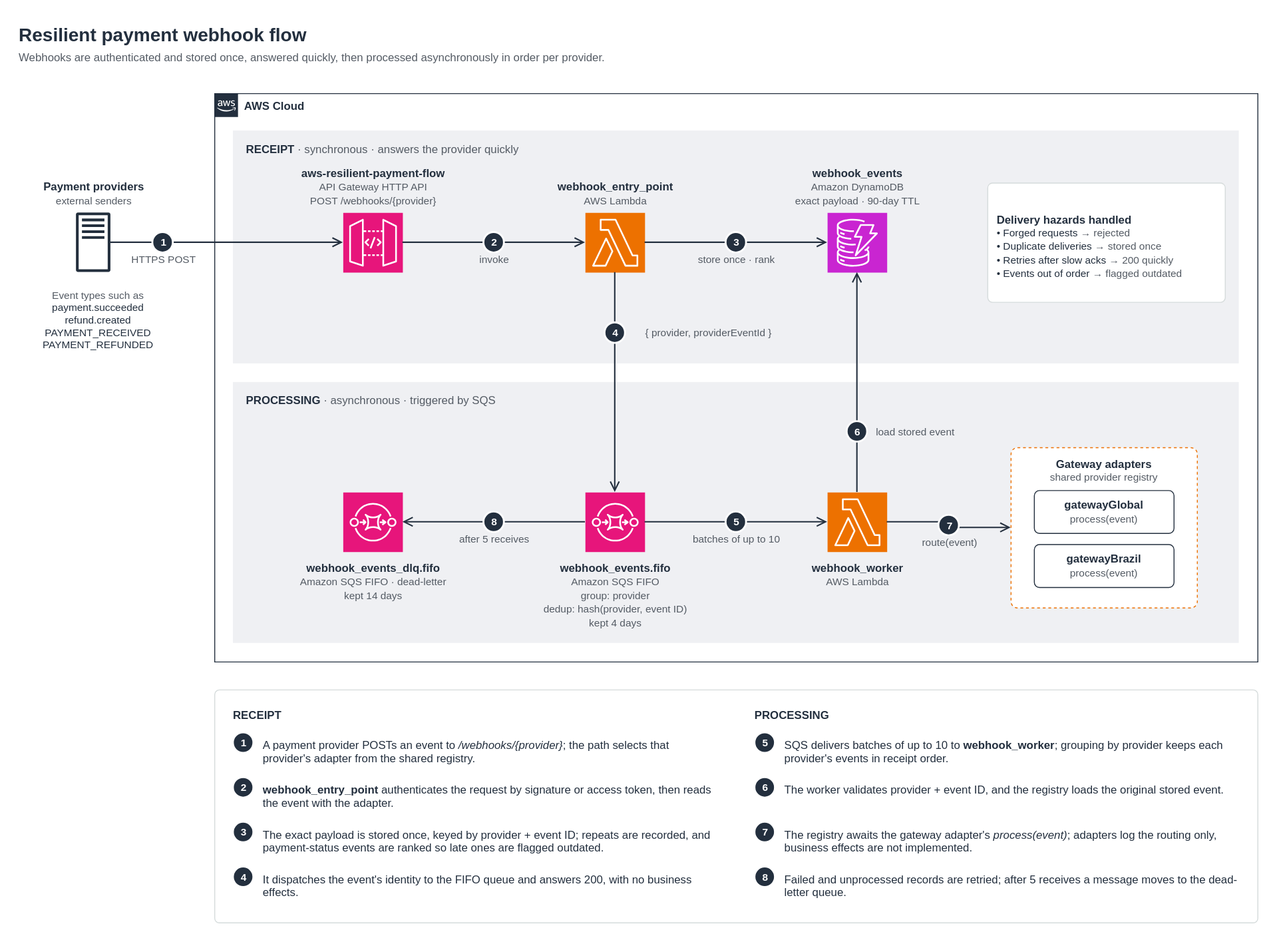
gabrielroriz/aws-resilient-payment-flow keeps this draw.io diagram as docs/architecture/images/architecture.drawio.svg. Above is the earlier version. Source tidied: cells renumbered, new cells last; positions are measured from the earlier drawing's top-left corner, leaving out a move shared by most shapes.
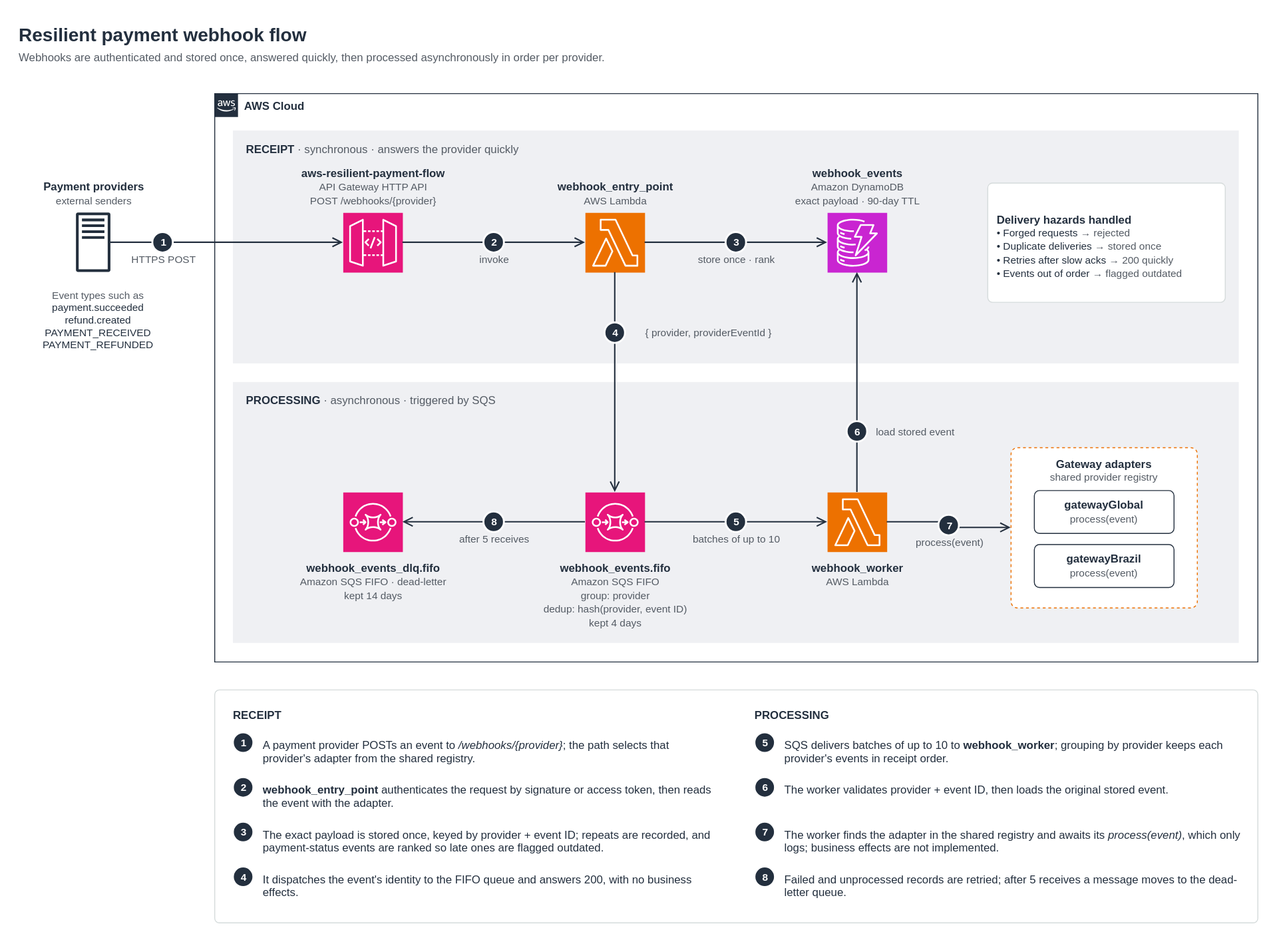
Above is the later version.

The edit, as a diff of the source:
```diff
@@ -83,7 +83,7 @@
         <mxPoint x="-11" y="-11" as="offset" />
       </mxGeometry>
     </mxCell>
-    <mxCell id="25" value="route(event)" style="edgeStyle=orthogonalEdgeStyle;rounded=0;html=1;endArrow=open;endSize=8;strokeWidth=1.5;strokeColor=#232F3E;fontColor=#545B64;fontSize=11;labelBackgroundColor=none;exitX=1;exitY=0.5;exitDx=0;exitDy=0;entryX=0;entryY=0.5;entryDx=0;entryDy=0;" parent="16" edge="1" source="19" target="20">
+    <mxCell id="25" value="process(event)" style="edgeStyle=orthogonalEdgeStyle;rounded=0;html=1;endArrow=open;endSize=8;strokeWidth=1.5;strokeColor=#232F3E;fontColor=#545B64;fontSize=11;labelBackgroundColor=none;exitX=1;exitY=0.5;exitDx=0;exitDy=0;entryX=0;entryY=0.5;entryDx=0;entryDy=0;" parent="16" edge="1" source="19" target="20">
       <mxGeometry relative="1" as="geometry">
         <mxPoint y="18" as="offset" />
       </mxGeometry>
@@ -165,13 +165,13 @@
     <mxCell id="46" value="6" style="ellipse;html=1;fillColor=#232F3E;strokeColor=#FFFFFF;strokeWidth=2;fontColor=#FFFFFF;fontStyle=1;fontSize=11;align=center;verticalAlign=middle;spacing=0;" parent="33" vertex="1">
       <mxGeometry x="580" y="94" width="22" height="22" as="geometry" />
     </mxCell>
-    <mxCell id="47" value="The worker validates provider + event ID, and the registry loads the original stored event." style="text;html=1;whiteSpace=wrap;align=left;verticalAlign=top;fontSize=12;fontColor=#232F3E;spacing=0;" parent="33" vertex="1">
+    <mxCell id="47" value="The worker validates provider + event ID, then loads the original stored event." style="text;html=1;whiteSpace=wrap;align=left;verticalAlign=top;fontSize=12;fontColor=#232F3E;spacing=0;" parent="33" vertex="1">
       <mxGeometry x="612" y="96" width="488" height="44" as="geometry" />
     </mxCell>
     <mxCell id="48" value="7" style="ellipse;html=1;fillColor=#232F3E;strokeColor=#FFFFFF;strokeWidth=2;fontColor=#FFFFFF;fontStyle=1;fontSize=11;align=center;verticalAlign=middle;spacing=0;" parent="33" vertex="1">
       <mxGeometry x="580" y="142" width="22" height="22" as="geometry" />
     </mxCell>
-    <mxCell id="49" value="The registry awaits the gateway adapter's &lt;i&gt;process(event)&lt;/i&gt;; adapters log the routing only, business effects are not implemented." style="text;html=1;whiteSpace=wrap;align=left;verticalAlign=top;fontSize=12;fontColor=#232F3E;spacing=0;" parent="33" vertex="1">
+    <mxCell id="49" value="The worker finds the adapter in the shared registry and awaits its &lt;i&gt;process(event)&lt;/i&gt;, which only logs; business effects are not implemented." style="text;html=1;whiteSpace=wrap;align=left;verticalAlign=top;fontSize=12;fontColor=#232F3E;spacing=0;" parent="33" vertex="1">
       <mxGeometry x="612" y="144" width="488" height="44" as="geometry" />
     </mxCell>
     <mxCell id="50" value="8" style="ellipse;html=1;fillColor=#232F3E;strokeColor=#FFFFFF;strokeWidth=2;fontColor=#FFFFFF;fontStyle=1;fontSize=11;align=center;verticalAlign=middle;spacing=0;" parent="33" vertex="1">
```
